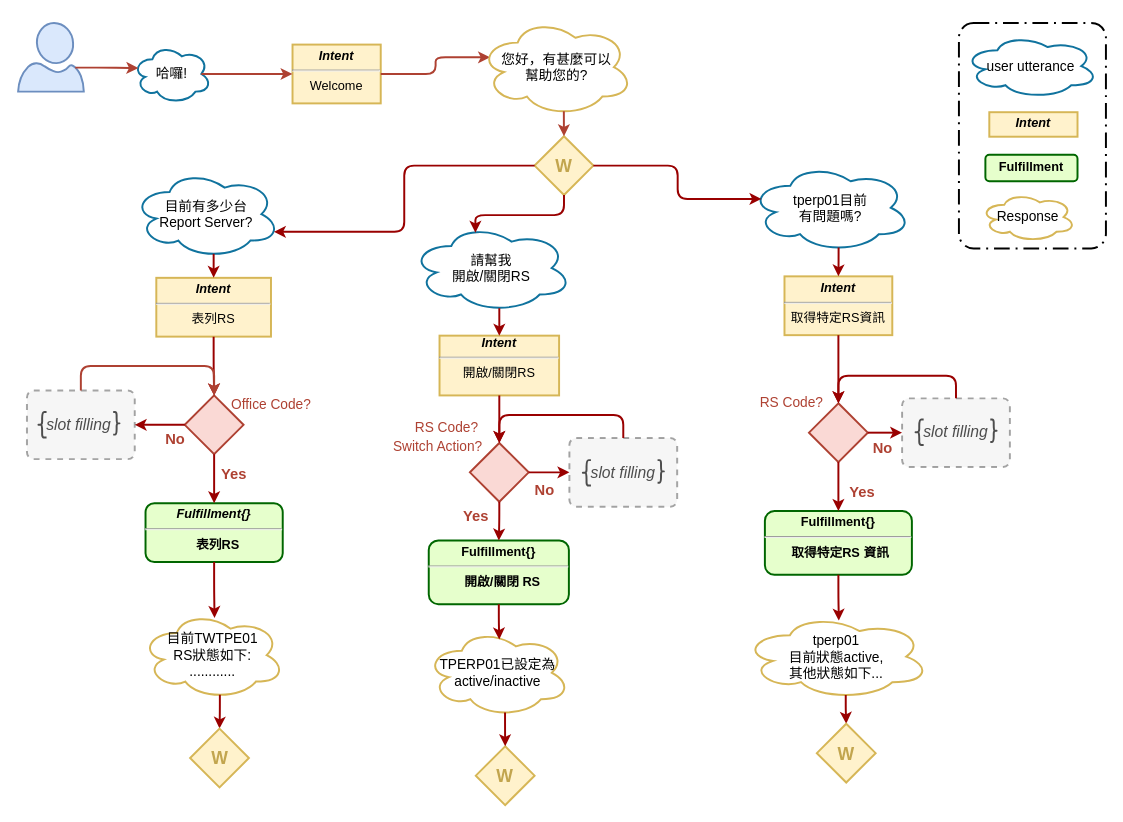
Above: page "whl_report" (3 of 4) of resources/assets/qa_bot dialog flow.drawio in shihxuancheng/qa_bot (draw.io), before the change. Source tidied: cells renumbered, new cells numbered last; positions are measured from the earlier drawing's top-left corner, leaving out a move shared by most shapes. Both pictures are drawn from the tidied source at 98%, with x=0, y=0 at pixel (18, 18).
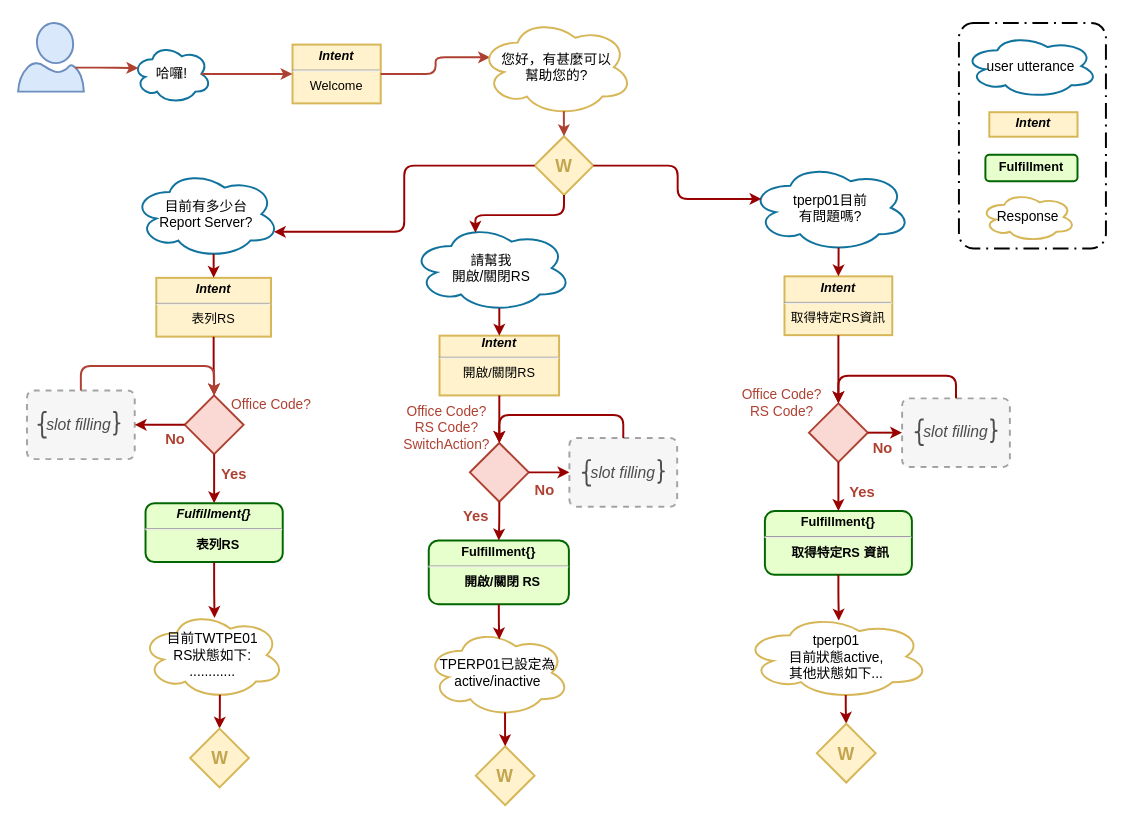
The same page after the edit.

Change to the diagram source:
```diff
@@
-    <mxCell id="18" value="&lt;span&gt;&lt;font style=&quot;font-size: 14px&quot;&gt;RS Code?&lt;/font&gt;&lt;/span&gt;" style="text;html=1;align=center;verticalAlign=middle;fillColor=none;strokeColor=none;rounded=0;shadow=0;fontSize=13;fontStyle=0;comic=0;fontColor=#AE4132;" parent="1" vertex="1">
-      <mxGeometry x="749" y="382" width="80" height="20" as="geometry" />
+    <mxCell id="18" value="&lt;span style=&quot;font-size: 14px&quot;&gt;Office Code?&lt;/span&gt;&lt;br style=&quot;font-size: 14px&quot;&gt;&lt;span style=&quot;font-size: 14px&quot;&gt;RS Code?&lt;/span&gt;" style="text;html=1;align=center;verticalAlign=middle;fillColor=none;strokeColor=none;rounded=0;shadow=0;fontSize=13;fontStyle=0;comic=0;fontColor=#AE4132;" parent="1" vertex="1">
+      <mxGeometry x="729" y="372" width="100" height="40" as="geometry" />
     </mxCell>
@@
-    <mxCell id="54" value="&lt;span&gt;&lt;font style=&quot;font-size: 14px&quot;&gt;RS Code?&lt;/font&gt;&lt;/span&gt;" style="text;html=1;align=center;verticalAlign=middle;fillColor=none;strokeColor=none;rounded=0;shadow=0;fontSize=13;fontStyle=0;comic=0;fontColor=#AE4132;" parent="1" vertex="1">
-      <mxGeometry x="397" y="408" width="80" height="20" as="geometry" />
+    <mxCell id="54" value="&lt;span&gt;&lt;font style=&quot;font-size: 14px&quot;&gt;Office Code?&lt;br&gt;RS Code?&lt;br&gt;SwitchAction?&lt;br&gt;&lt;/font&gt;&lt;/span&gt;" style="text;html=1;align=center;verticalAlign=middle;fillColor=none;strokeColor=none;rounded=0;shadow=0;fontSize=13;fontStyle=0;comic=0;fontColor=#AE4132;" parent="1" vertex="1">
+      <mxGeometry x="387" y="388" width="100" height="60" as="geometry" />
     </mxCell>
@@
-    <mxCell id="82" value="&lt;span&gt;&lt;font style=&quot;font-size: 14px&quot;&gt;Switch Action?&lt;/font&gt;&lt;/span&gt;" style="text;html=1;align=center;verticalAlign=middle;fillColor=none;strokeColor=none;rounded=0;shadow=0;fontSize=13;fontStyle=0;comic=0;fontColor=#AE4132;" parent="1" vertex="1">
-      <mxGeometry x="373" y="427" width="110" height="20" as="geometry" />
-    </mxCell>
```
